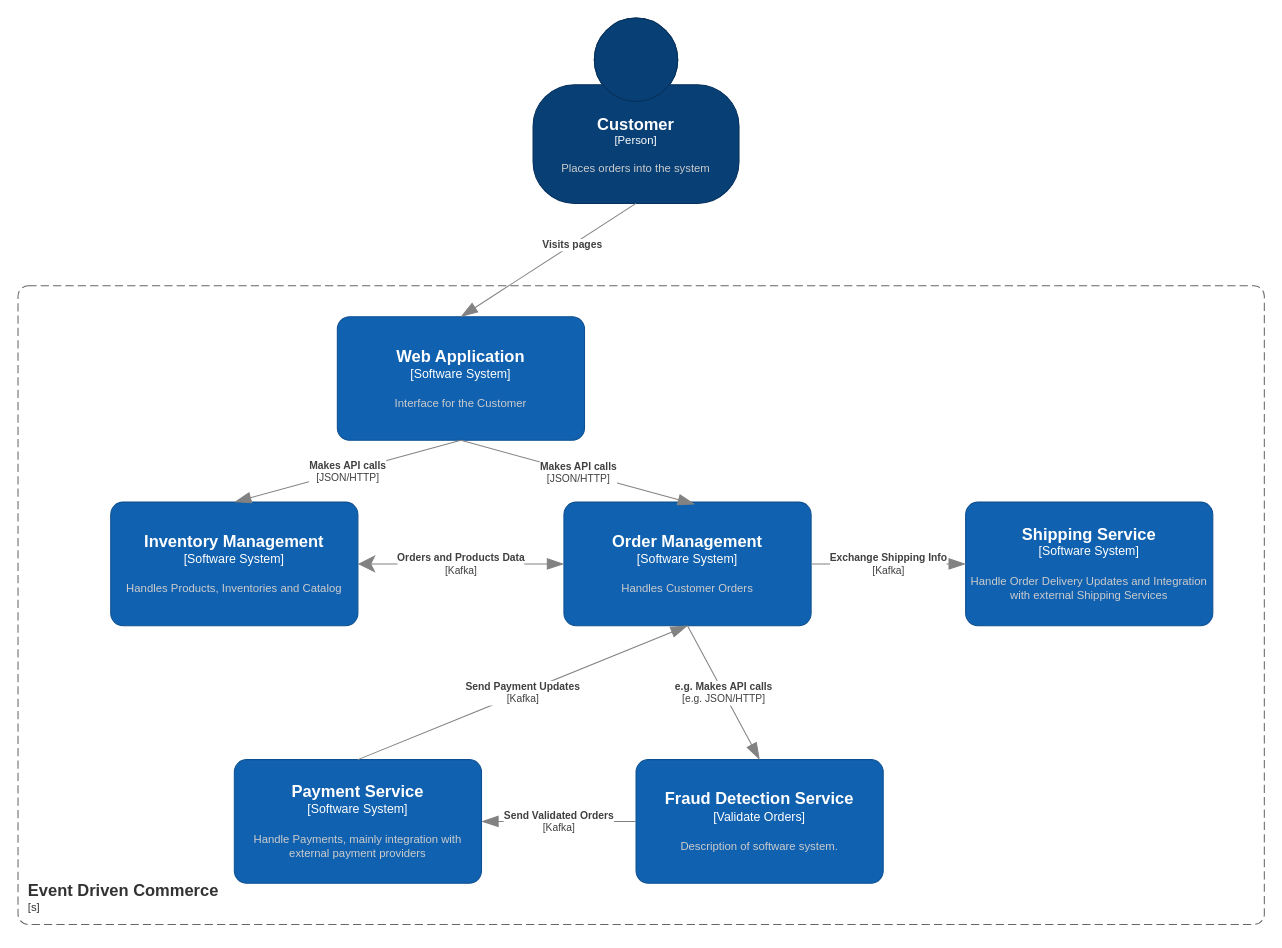
This is page "Context" (1 of 2) of architecture.drawio from C0lliNN/EventDrivenCommerce, a draw.io file, before an edit. Source tidied: cells renumbered, new cells numbered last; positions are measured from the earlier drawing's top-left corner, leaving out a move shared by most shapes. Both pictures are drawn from the tidied source at 103%, with x=0, y=0 at pixel (18, 18).
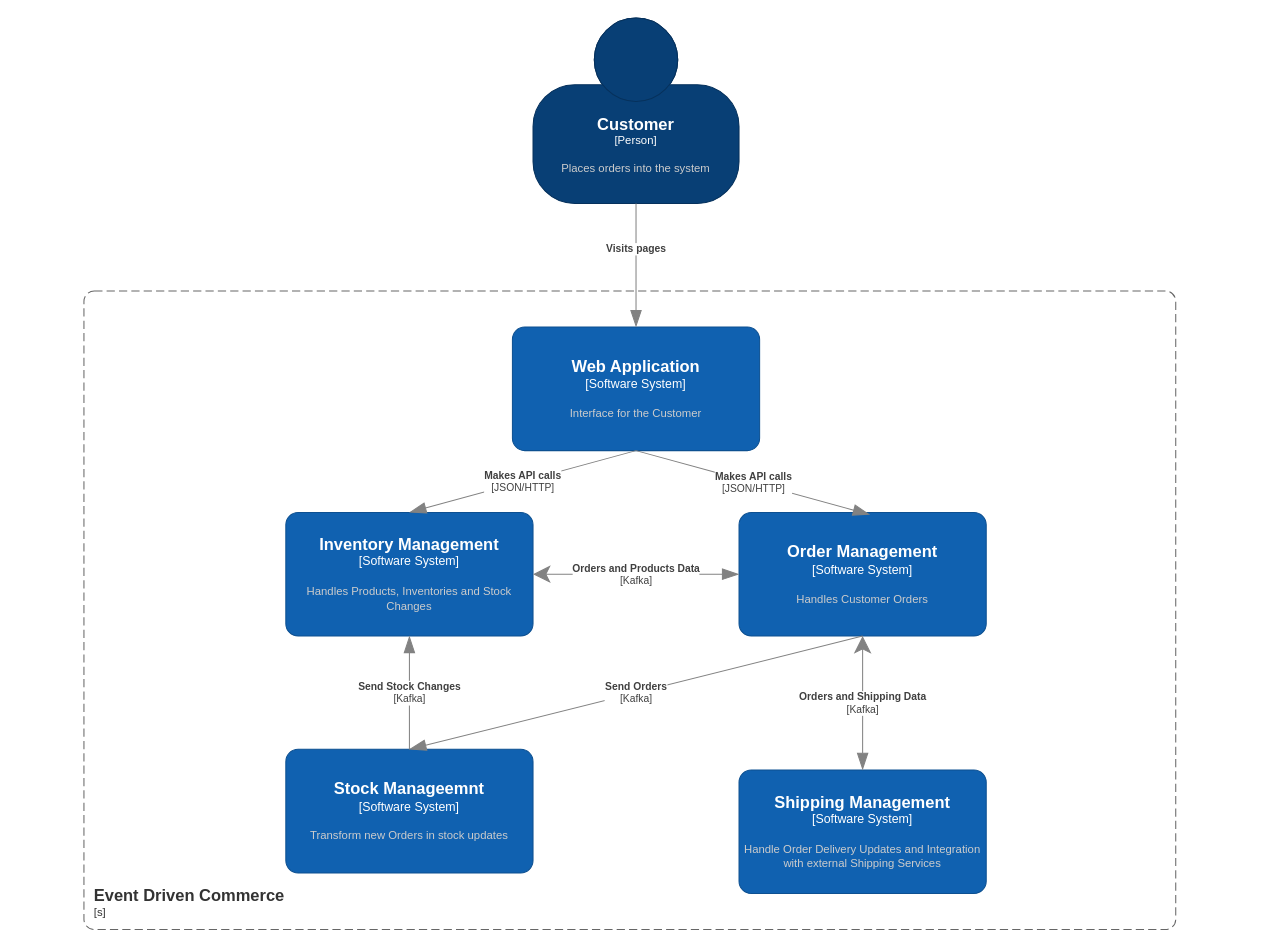
The same diagram, later.

Change to the diagram source:
```diff
@@
     <object id="3" label="&lt;font style=&quot;font-size: 16px&quot;&gt;&lt;b&gt;&lt;div style=&quot;text-align: left&quot;&gt;%c4Name%&lt;/div&gt;&lt;/b&gt;&lt;/font&gt;&lt;div style=&quot;text-align: left&quot;&gt;[%c4Application%]&lt;/div&gt;" c4Application="s" c4Name="Event Driven Commerce" placeholders="1">
       <mxCell style="rounded=1;fontSize=11;whiteSpace=wrap;html=1;dashed=1;arcSize=20;fillColor=none;strokeColor=#666666;fontColor=#333333;labelBackgroundColor=none;align=left;verticalAlign=bottom;labelBorderColor=none;spacingTop=0;spacing=10;dashPattern=8 4;perimeter=rectanglePerimeter;noLabel=0;labelPadding=0;absoluteArcSize=1;" parent="1" vertex="1">
-        <mxGeometry y="260" width="1210" height="620" as="geometry" />
+        <mxGeometry x="64" y="265" width="1060" height="620" as="geometry" />
       </mxCell>
     </object>
     <object id="4" label="&lt;font style=&quot;font-size: 16px&quot;&gt;&lt;b&gt;%c4Name%&lt;/b&gt;&lt;/font&gt;&lt;div&gt;[%c4Type%]&lt;/div&gt;&lt;br&gt;&lt;div&gt;&lt;font style=&quot;font-size: 11px&quot;&gt;&lt;font color=&quot;#cccccc&quot;&gt;%c4Description%&lt;/font&gt;&lt;/div&gt;" c4Description="Interface for the Customer" c4Name="Web Application" c4Type="Software System" placeholders="1">
       <mxCell style="rounded=1;whiteSpace=wrap;html=1;labelBackgroundColor=none;fillColor=#1061B0;fontColor=#ffffff;align=center;arcSize=10;strokeColor=#0D5091;points=[[0.25,0,0],[0.5,0,0],[0.75,0,0],[1,0.25,0],[1,0.5,0],[1,0.75,0],[0.75,1,0],[0.5,1,0],[0.25,1,0],[0,0.75,0],[0,0.5,0],[0,0.25,0]];" parent="1" vertex="1">
-        <mxGeometry x="310" y="290" width="240" height="120" as="geometry" />
+        <mxGeometry x="480" y="300" width="240" height="120" as="geometry" />
       </mxCell>
     </object>
@@
-    <object id="6" label="&lt;font style=&quot;font-size: 16px&quot;&gt;&lt;b&gt;%c4Name%&lt;/b&gt;&lt;/font&gt;&lt;div&gt;[%c4Type%]&lt;/div&gt;&lt;br&gt;&lt;div&gt;&lt;font style=&quot;font-size: 11px&quot;&gt;&lt;font color=&quot;#cccccc&quot;&gt;%c4Description%&lt;/font&gt;&lt;/div&gt;" c4Description="Handles Products, Inventories and Catalog" c4Name="Inventory Management" c4Type="Software System" placeholders="1">
+    <object id="6" label="&lt;font style=&quot;font-size: 16px&quot;&gt;&lt;b&gt;%c4Name%&lt;/b&gt;&lt;/font&gt;&lt;div&gt;[%c4Type%]&lt;/div&gt;&lt;br&gt;&lt;div&gt;&lt;font style=&quot;font-size: 11px&quot;&gt;&lt;font color=&quot;#cccccc&quot;&gt;%c4Description%&lt;/font&gt;&lt;/div&gt;" c4Description="Handles Products, Inventories and Stock Changes" c4Name="Inventory Management" c4Type="Software System" placeholders="1">
       <mxCell style="rounded=1;whiteSpace=wrap;html=1;labelBackgroundColor=none;fillColor=#1061B0;fontColor=#ffffff;align=center;arcSize=10;strokeColor=#0D5091;points=[[0.25,0,0],[0.5,0,0],[0.75,0,0],[1,0.25,0],[1,0.5,0],[1,0.75,0],[0.75,1,0],[0.5,1,0],[0.25,1,0],[0,0.75,0],[0,0.5,0],[0,0.25,0]];" parent="1" vertex="1">
-        <mxGeometry x="90" y="470" width="240" height="120" as="geometry" />
+        <mxGeometry x="260" y="480" width="240" height="120" as="geometry" />
       </mxCell>
     </object>
     <object id="7" label="&lt;font style=&quot;font-size: 16px&quot;&gt;&lt;b&gt;%c4Name%&lt;/b&gt;&lt;/font&gt;&lt;div&gt;[%c4Type%]&lt;/div&gt;&lt;br&gt;&lt;div&gt;&lt;font style=&quot;font-size: 11px&quot;&gt;&lt;font color=&quot;#cccccc&quot;&gt;%c4Description%&lt;/font&gt;&lt;/div&gt;" c4Description="Handles Customer Orders" c4Name="Order Management" c4Type="Software System" placeholders="1">
       <mxCell style="rounded=1;whiteSpace=wrap;html=1;labelBackgroundColor=none;fillColor=#1061B0;fontColor=#ffffff;align=center;arcSize=10;strokeColor=#0D5091;points=[[0.25,0,0],[0.5,0,0],[0.75,0,0],[1,0.25,0],[1,0.5,0],[1,0.75,0],[0.75,1,0],[0.5,1,0],[0.25,1,0],[0,0.75,0],[0,0.5,0],[0,0.25,0]];" parent="1" vertex="1">
-        <mxGeometry x="530" y="470" width="240" height="120" as="geometry" />
+        <mxGeometry x="700" y="480" width="240" height="120" as="geometry" />
       </mxCell>
     </object>
-    <object id="8" label="&lt;font style=&quot;font-size: 16px&quot;&gt;&lt;b&gt;%c4Name%&lt;/b&gt;&lt;/font&gt;&lt;div&gt;[%c4Type%]&lt;/div&gt;&lt;br&gt;&lt;div&gt;&lt;font style=&quot;font-size: 11px&quot;&gt;&lt;font color=&quot;#cccccc&quot;&gt;%c4Description%&lt;/font&gt;&lt;/div&gt;" c4Description="Handle Order Delivery Updates and Integration with external Shipping Services" c4Name="Shipping Service" c4Type="Software System" placeholders="1">
+    <object id="8" label="&lt;font style=&quot;font-size: 16px&quot;&gt;&lt;b&gt;%c4Name%&lt;/b&gt;&lt;/font&gt;&lt;div&gt;[%c4Type%]&lt;/div&gt;&lt;br&gt;&lt;div&gt;&lt;font style=&quot;font-size: 11px&quot;&gt;&lt;font color=&quot;#cccccc&quot;&gt;%c4Description%&lt;/font&gt;&lt;/div&gt;" c4Description="Handle Order Delivery Updates and Integration with external Shipping Services" c4Name="Shipping Management" c4Type="Software System" placeholders="1">
       <mxCell style="rounded=1;whiteSpace=wrap;html=1;labelBackgroundColor=none;fillColor=#1061B0;fontColor=#ffffff;align=center;arcSize=10;strokeColor=#0D5091;points=[[0.25,0,0],[0.5,0,0],[0.75,0,0],[1,0.25,0],[1,0.5,0],[1,0.75,0],[0.75,1,0],[0.5,1,0],[0.25,1,0],[0,0.75,0],[0,0.5,0],[0,0.25,0]];" parent="1" vertex="1">
-        <mxGeometry x="920" y="470" width="240" height="120" as="geometry" />
+        <mxGeometry x="700" y="730" width="240" height="120" as="geometry" />
       </mxCell>
     </object>
-    <object id="9" label="&lt;font style=&quot;font-size: 16px&quot;&gt;&lt;b&gt;%c4Name%&lt;/b&gt;&lt;/font&gt;&lt;div&gt;[%c4Type%]&lt;/div&gt;&lt;br&gt;&lt;div&gt;&lt;font style=&quot;font-size: 11px&quot;&gt;&lt;font color=&quot;#cccccc&quot;&gt;%c4Description%&lt;/font&gt;&lt;/div&gt;" c4Description="Handle Payments, mainly integration with external payment providers" c4Name="Payment Service" c4Type="Software System" placeholders="1">
+    <object id="9" label="&lt;font style=&quot;font-size: 16px&quot;&gt;&lt;b&gt;%c4Name%&lt;/b&gt;&lt;/font&gt;&lt;div&gt;[%c4Type%]&lt;/div&gt;&lt;br&gt;&lt;div&gt;&lt;font style=&quot;font-size: 11px&quot;&gt;&lt;font color=&quot;#cccccc&quot;&gt;%c4Description%&lt;/font&gt;&lt;/div&gt;" c4Description="Transform new Orders in stock updates" c4Name="Stock Manageemnt" c4Type="Software System" placeholders="1">
       <mxCell style="rounded=1;whiteSpace=wrap;html=1;labelBackgroundColor=none;fillColor=#1061B0;fontColor=#ffffff;align=center;arcSize=10;strokeColor=#0D5091;points=[[0.25,0,0],[0.5,0,0],[0.75,0,0],[1,0.25,0],[1,0.5,0],[1,0.75,0],[0.75,1,0],[0.5,1,0],[0.25,1,0],[0,0.75,0],[0,0.5,0],[0,0.25,0]];" parent="1" vertex="1">
-        <mxGeometry x="210" y="720" width="240" height="120" as="geometry" />
+        <mxGeometry x="260" y="710" width="240" height="120" as="geometry" />
       </mxCell>
     </object>
-    <object id="10" label="&lt;font style=&quot;font-size: 16px&quot;&gt;&lt;b&gt;%c4Name%&lt;/b&gt;&lt;/font&gt;&lt;div&gt;[%c4Type%]&lt;/div&gt;&lt;br&gt;&lt;div&gt;&lt;font style=&quot;font-size: 11px&quot;&gt;&lt;font color=&quot;#cccccc&quot;&gt;%c4Description%&lt;/font&gt;&lt;/div&gt;" c4Description="Description of software system." c4Name="Fraud Detection Service" c4Type="Validate Orders" placeholders="1">
-      <mxCell style="rounded=1;whiteSpace=wrap;html=1;labelBackgroundColor=none;fillColor=#1061B0;fontColor=#ffffff;align=center;arcSize=10;strokeColor=#0D5091;points=[[0.25,0,0],[0.5,0,0],[0.75,0,0],[1,0.25,0],[1,0.5,0],[1,0.75,0],[0.75,1,0],[0.5,1,0],[0.25,1,0],[0,0.75,0],[0,0.5,0],[0,0.25,0]];" parent="1" vertex="1">
-        <mxGeometry x="600" y="720" width="240" height="120" as="geometry" />
-      </mxCell>
-    </object>
@@
-    <object id="14" label="&lt;div style=&quot;text-align: left&quot;&gt;&lt;div style=&quot;text-align: center&quot;&gt;&lt;b&gt;%c4Description%&lt;/b&gt;&lt;/div&gt;&lt;div style=&quot;text-align: center&quot;&gt;[%c4Technology%]&lt;/div&gt;&lt;/div&gt;" c4Description="e.g. Makes API calls" c4Technology="e.g. JSON/HTTP" placeholders="1">
-      <mxCell style="endArrow=blockThin;html=1;fontSize=10;fontColor=#404040;strokeWidth=1;endFill=1;strokeColor=#828282;elbow=vertical;endSize=14;startSize=14;jumpStyle=arc;jumpSize=16;rounded=0;exitX=0.5;exitY=1;exitDx=0;exitDy=0;exitPerimeter=0;entryX=0.5;entryY=0;entryDx=0;entryDy=0;entryPerimeter=0;" parent="1" edge="1" source="7" target="10">
-        <mxGeometry relative="1" as="geometry" />
-      </mxCell>
-    </object>
-    <object id="15" label="&lt;div style=&quot;text-align: left&quot;&gt;&lt;div style=&quot;text-align: center&quot;&gt;&lt;b&gt;%c4Description%&lt;/b&gt;&lt;/div&gt;&lt;div style=&quot;text-align: center&quot;&gt;[%c4Technology%]&lt;/div&gt;&lt;/div&gt;" c4Description="Send Validated Orders" c4Technology="Kafka" placeholders="1">
-      <mxCell style="endArrow=blockThin;html=1;fontSize=10;fontColor=#404040;strokeWidth=1;endFill=1;strokeColor=#828282;elbow=vertical;endSize=14;startSize=14;jumpStyle=arc;jumpSize=16;rounded=0;edgeStyle=orthogonalEdgeStyle;exitX=0;exitY=0.5;exitDx=0;exitDy=0;exitPerimeter=0;entryX=1;entryY=0.5;entryDx=0;entryDy=0;entryPerimeter=0;" parent="1" edge="1" source="10" target="9">
-        <mxGeometry relative="1" as="geometry" />
-      </mxCell>
-    </object>
-    <object id="16" label="&lt;div style=&quot;text-align: left&quot;&gt;&lt;div style=&quot;text-align: center&quot;&gt;&lt;b&gt;%c4Description%&lt;/b&gt;&lt;/div&gt;&lt;div style=&quot;text-align: center&quot;&gt;[%c4Technology%]&lt;/div&gt;&lt;/div&gt;" c4Description="Send Payment Updates" c4Technology="Kafka" placeholders="1">
-      <mxCell style="endArrow=blockThin;html=1;fontSize=10;fontColor=#404040;strokeWidth=1;endFill=1;strokeColor=#828282;elbow=vertical;endSize=14;startSize=14;jumpStyle=arc;jumpSize=16;rounded=0;exitX=0.5;exitY=0;exitDx=0;exitDy=0;exitPerimeter=0;entryX=0.5;entryY=1;entryDx=0;entryDy=0;entryPerimeter=0;" parent="1" edge="1" source="9" target="7">
+    <object id="16" label="&lt;div style=&quot;text-align: left&quot;&gt;&lt;div style=&quot;text-align: center&quot;&gt;&lt;b&gt;%c4Description%&lt;/b&gt;&lt;/div&gt;&lt;div style=&quot;text-align: center&quot;&gt;[%c4Technology%]&lt;/div&gt;&lt;/div&gt;" c4Description="Send Orders" c4Technology="Kafka" placeholders="1">
+      <mxCell style="endArrow=blockThin;html=1;fontSize=10;fontColor=#404040;strokeWidth=1;endFill=1;strokeColor=#828282;elbow=vertical;endSize=14;startSize=14;jumpStyle=arc;jumpSize=16;rounded=0;exitX=0.5;exitY=1;exitDx=0;exitDy=0;exitPerimeter=0;entryX=0.5;entryY=0;entryDx=0;entryDy=0;entryPerimeter=0;" parent="1" edge="1" source="7" target="9">
         <mxGeometry relative="1" as="geometry" />
       </mxCell>
     </object>
+    <object id="18" label="&lt;div style=&quot;text-align: left&quot;&gt;&lt;div style=&quot;text-align: center&quot;&gt;&lt;b&gt;%c4Description%&lt;/b&gt;&lt;/div&gt;&lt;div style=&quot;text-align: center&quot;&gt;[%c4Technology%]&lt;/div&gt;&lt;/div&gt;" c4Description="Send Stock Changes" c4Technology="Kafka" placeholders="1">
+      <mxCell style="endArrow=blockThin;html=1;fontSize=10;fontColor=#404040;strokeWidth=1;endFill=1;strokeColor=#828282;elbow=vertical;endSize=14;startSize=14;jumpStyle=arc;jumpSize=16;rounded=0;entryX=0.5;entryY=1;entryDx=0;entryDy=0;entryPerimeter=0;exitX=0.5;exitY=0;exitDx=0;exitDy=0;exitPerimeter=0;" parent="1" edge="1" source="9" target="6">
+        <mxGeometry relative="1" as="geometry" />
+      </mxCell>
+    </object>
-    <object id="17" label="&lt;div style=&quot;text-align: left&quot;&gt;&lt;div style=&quot;text-align: center&quot;&gt;&lt;b&gt;%c4Description%&lt;/b&gt;&lt;/div&gt;&lt;div style=&quot;text-align: center&quot;&gt;[%c4Technology%]&lt;/div&gt;&lt;/div&gt;" c4Description="Exchange Shipping Info" c4Technology="Kafka" placeholders="1">
-      <mxCell style="endArrow=blockThin;html=1;fontSize=10;fontColor=#404040;strokeWidth=1;endFill=1;strokeColor=#828282;elbow=vertical;endSize=14;startSize=14;jumpStyle=arc;jumpSize=16;rounded=0;edgeStyle=orthogonalEdgeStyle;exitX=1;exitY=0.5;exitDx=0;exitDy=0;exitPerimeter=0;entryX=0;entryY=0.5;entryDx=0;entryDy=0;entryPerimeter=0;" parent="1" edge="1" source="7" target="8">
+    <object id="17" label="&lt;div style=&quot;text-align: left&quot;&gt;&lt;div style=&quot;text-align: center&quot;&gt;&lt;b&gt;%c4Description%&lt;/b&gt;&lt;/div&gt;&lt;div style=&quot;text-align: center&quot;&gt;[%c4Technology%]&lt;/div&gt;&lt;/div&gt;" c4Description="Orders and Shipping Data" c4Technology="Kafka" placeholders="1">
+      <mxCell style="endArrow=blockThin;html=1;fontSize=10;fontColor=#404040;strokeWidth=1;endFill=1;strokeColor=#828282;elbow=vertical;endSize=14;startSize=14;jumpStyle=arc;jumpSize=16;rounded=0;edgeStyle=orthogonalEdgeStyle;exitX=0.5;exitY=1;exitDx=0;exitDy=0;exitPerimeter=0;entryX=0.5;entryY=0;entryDx=0;entryDy=0;entryPerimeter=0;startArrow=classic;startFill=1;" parent="1" edge="1" source="7" target="8">
         <mxGeometry relative="1" as="geometry" />
       </mxCell>
     </object>
```
